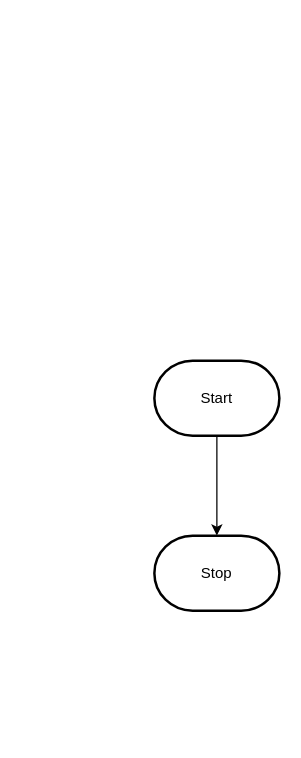
Earlier version of the draw.io diagram design/flowchart.drawio (MTHS-ICS2O-2-2022/ICS2O-Unit-3-02-charlotte-jhu). Source tidied: cells renumbered, new cells numbered last; positions are measured from the earlier drawing's top-left corner, leaving out a move shared by most shapes. Both pictures are drawn from the tidied source at 125%, with x=0, y=0 at pixel (154, 360).
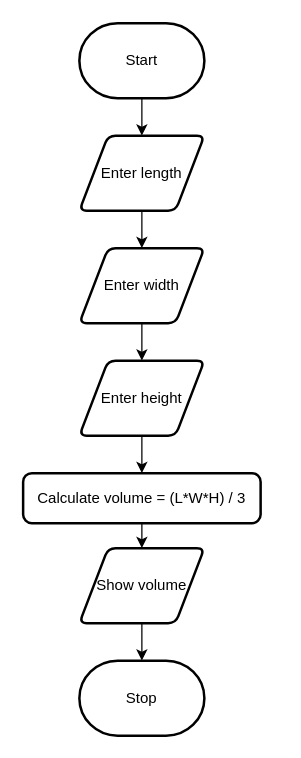
After the change.

What changed in the source:
```diff
@@
 <mxGraphModel>
   <root>
     <mxCell id="0" />
     <mxCell id="1" parent="0" />
-    <mxCell id="2" style="edgeStyle=orthogonalEdgeStyle;html=1;rounded=0;" parent="1" edge="1" source="3" target="4">
-      <mxGeometry relative="1" as="geometry" />
-    </mxCell>
+    <mxCell id="5" style="edgeStyle=orthogonalEdgeStyle;html=1;entryX=0.5;entryY=0;entryDx=0;entryDy=0;rounded=0;" parent="1" edge="1" source="3" target="2">
+      <mxGeometry relative="1" as="geometry" />
+    </mxCell>
     <mxCell id="3" value="Start" style="strokeWidth=2;html=1;shape=mxgraph.flowchart.terminator;whiteSpace=wrap;" parent="1" vertex="1">
-      <mxGeometry width="100" height="60" as="geometry" />
+      <mxGeometry x="-60" y="-270" width="100" height="60" as="geometry" />
     </mxCell>
     <mxCell id="4" value="Stop" style="strokeWidth=2;html=1;shape=mxgraph.flowchart.terminator;whiteSpace=wrap;" parent="1" vertex="1">
-      <mxGeometry y="140" width="100" height="60" as="geometry" />
+      <mxGeometry x="-60" y="240" width="100" height="60" as="geometry" />
     </mxCell>
+    <mxCell id="6" style="edgeStyle=orthogonalEdgeStyle;shape=connector;rounded=0;html=1;entryX=0.5;entryY=0;entryDx=0;entryDy=0;labelBackgroundColor=default;strokeColor=default;fontFamily=Helvetica;fontSize=11;fontColor=default;endArrow=classic;" parent="1" edge="1" source="2" target="8">
+      <mxGeometry relative="1" as="geometry" />
+    </mxCell>
+    <mxCell id="2" value="Enter length" style="shape=parallelogram;html=1;strokeWidth=2;perimeter=parallelogramPerimeter;whiteSpace=wrap;rounded=1;arcSize=12;size=0.23;" parent="1" vertex="1">
+      <mxGeometry x="-60" y="-180" width="100" height="60" as="geometry" />
+    </mxCell>
+    <mxCell id="7" style="edgeStyle=orthogonalEdgeStyle;shape=connector;rounded=0;html=1;labelBackgroundColor=default;strokeColor=default;fontFamily=Helvetica;fontSize=11;fontColor=default;endArrow=classic;" parent="1" edge="1" source="8" target="10">
+      <mxGeometry relative="1" as="geometry" />
+    </mxCell>
+    <mxCell id="8" value="Enter width" style="shape=parallelogram;html=1;strokeWidth=2;perimeter=parallelogramPerimeter;whiteSpace=wrap;rounded=1;arcSize=12;size=0.23;" parent="1" vertex="1">
+      <mxGeometry x="-60" y="-90" width="100" height="60" as="geometry" />
+    </mxCell>
+    <mxCell id="9" style="edgeStyle=orthogonalEdgeStyle;shape=connector;rounded=0;html=1;entryX=0.5;entryY=0;entryDx=0;entryDy=0;labelBackgroundColor=default;strokeColor=default;fontFamily=Helvetica;fontSize=11;fontColor=default;endArrow=classic;" parent="1" edge="1" source="10" target="12">
+      <mxGeometry relative="1" as="geometry" />
+    </mxCell>
+    <mxCell id="10" value="Enter height" style="shape=parallelogram;html=1;strokeWidth=2;perimeter=parallelogramPerimeter;whiteSpace=wrap;rounded=1;arcSize=12;size=0.23;" parent="1" vertex="1">
+      <mxGeometry x="-60" width="100" height="60" as="geometry" />
+    </mxCell>
+    <mxCell id="11" style="edgeStyle=orthogonalEdgeStyle;shape=connector;rounded=0;html=1;entryX=0.5;entryY=0;entryDx=0;entryDy=0;labelBackgroundColor=default;strokeColor=default;fontFamily=Helvetica;fontSize=11;fontColor=default;endArrow=classic;" parent="1" edge="1" source="12" target="14">
+      <mxGeometry relative="1" as="geometry" />
+    </mxCell>
+    <mxCell id="12" value="Calculate volume = (L*W*H) / 3" style="rounded=1;whiteSpace=wrap;html=1;absoluteArcSize=1;arcSize=14;strokeWidth=2;" parent="1" vertex="1">
+      <mxGeometry x="-105" y="90" width="190" height="40" as="geometry" />
+    </mxCell>
+    <mxCell id="13" style="edgeStyle=orthogonalEdgeStyle;shape=connector;rounded=0;html=1;labelBackgroundColor=default;strokeColor=default;fontFamily=Helvetica;fontSize=11;fontColor=default;endArrow=classic;" parent="1" edge="1" source="14" target="4">
+      <mxGeometry relative="1" as="geometry" />
+    </mxCell>
+    <mxCell id="14" value="Show volume" style="shape=parallelogram;html=1;strokeWidth=2;perimeter=parallelogramPerimeter;whiteSpace=wrap;rounded=1;arcSize=12;size=0.23;" parent="1" vertex="1">
+      <mxGeometry x="-60" y="150" width="100" height="60" as="geometry" />
+    </mxCell>
   </root>
 </mxGraphModel>
```
